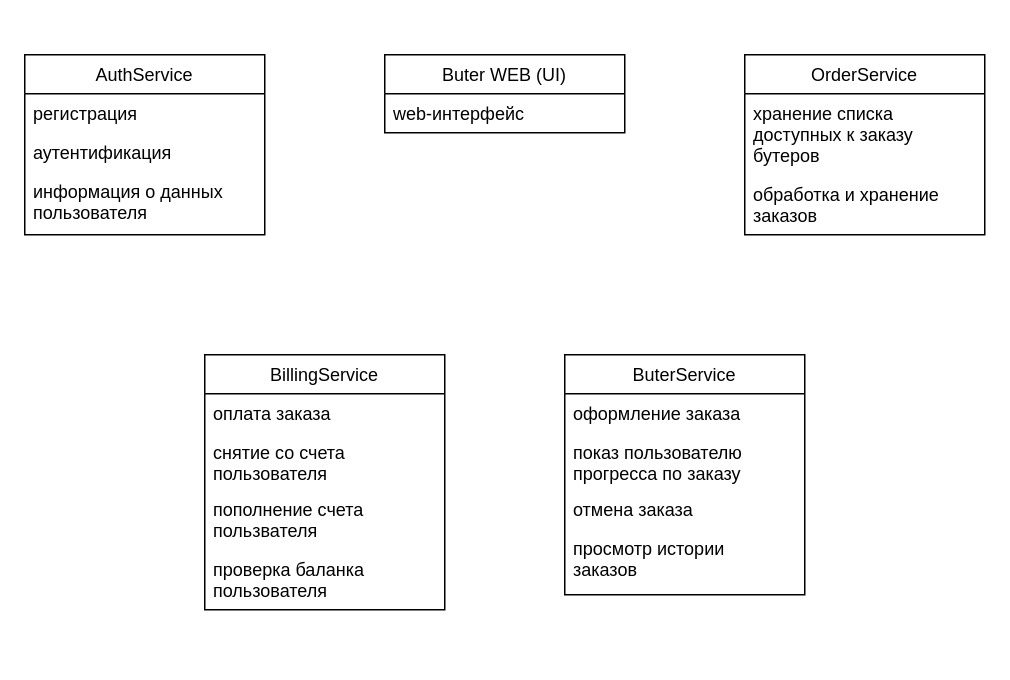
Above: docs/buter_in_kube.drawio in TRTHHRTS/buter_in_kube (draw.io), before the change. Source tidied: cells renumbered, new cells numbered last; positions are measured from the earlier drawing's top-left corner, leaving out a move shared by most shapes. Both pictures are drawn from the tidied source at 150%, with x=0, y=0 at pixel (24, 54).
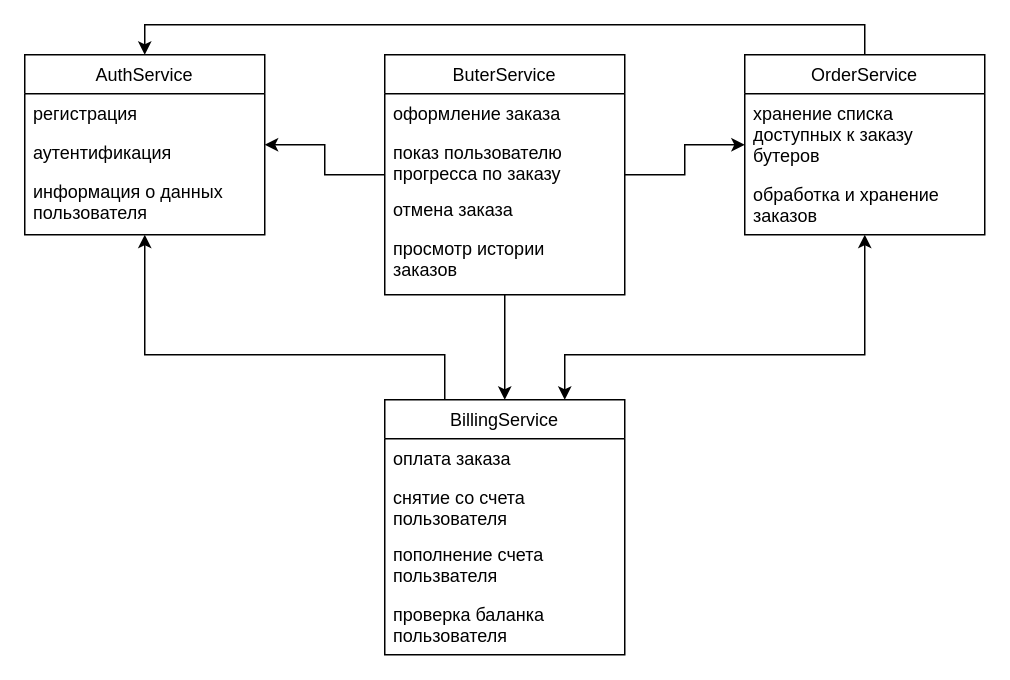
Above is the later version.

Unchanged cells that the change refers to:
```xml
<mxCell id="2" value="AuthService" style="swimlane;fontStyle=0;horizontal=1;startSize=26;" parent="1" vertex="1">
  <mxGeometry width="160" height="120" as="geometry" />
</mxCell>
<mxCell id="11" value="OrderService" style="swimlane;fontStyle=0;horizontal=1;startSize=26;" parent="1" vertex="1">
  <mxGeometry x="480" width="160" height="120" as="geometry" />
</mxCell>
```

The edit, as a diff of the source:
```diff
@@
+    <mxCell id="21" style="edgeStyle=orthogonalEdgeStyle;rounded=0;jettySize=auto;html=1;exitX=0.25;exitY=0;exitDx=0;exitDy=0;startArrow=none;startFill=0;endArrow=classic;endFill=1;" parent="1" edge="1" source="6" target="2">
+      <mxGeometry relative="1" as="geometry">
+        <Array as="points">
+          <mxPoint x="280" y="200" />
+          <mxPoint x="80" y="200" />
+        </Array>
+      </mxGeometry>
+    </mxCell>
     <mxCell id="6" value="BillingService" style="swimlane;fontStyle=0;horizontal=1;startSize=26;" parent="1" vertex="1">
-      <mxGeometry x="120" y="200" width="160" height="170" as="geometry" />
+      <mxGeometry x="240" y="230" width="160" height="170" as="geometry" />
     </mxCell>
@@
+    <mxCell id="22" style="edgeStyle=orthogonalEdgeStyle;rounded=0;jettySize=auto;html=1;exitX=0.5;exitY=0;exitDx=0;exitDy=0;entryX=0.5;entryY=0;entryDx=0;entryDy=0;" parent="1" edge="1" source="11" target="2">
+      <mxGeometry relative="1" as="geometry" />
+    </mxCell>
+    <mxCell id="23" style="edgeStyle=orthogonalEdgeStyle;rounded=0;jettySize=auto;html=1;entryX=0.75;entryY=0;entryDx=0;entryDy=0;startArrow=classic;startFill=1;endArrow=classic;endFill=1;" parent="1" edge="1" source="11" target="6">
+      <mxGeometry relative="1" as="geometry">
+        <Array as="points">
+          <mxPoint x="560" y="200" />
+          <mxPoint x="360" y="200" />
+        </Array>
+      </mxGeometry>
+    </mxCell>
@@
+    <mxCell id="24" style="edgeStyle=orthogonalEdgeStyle;rounded=0;jettySize=auto;html=1;entryX=0.5;entryY=0;entryDx=0;entryDy=0;startArrow=none;startFill=0;" parent="1" edge="1" source="14" target="6">
+      <mxGeometry relative="1" as="geometry" />
+    </mxCell>
+    <mxCell id="25" style="edgeStyle=orthogonalEdgeStyle;rounded=0;jettySize=auto;html=1;startArrow=none;startFill=0;endArrow=classic;endFill=1;" parent="1" edge="1" source="14" target="2">
+      <mxGeometry relative="1" as="geometry" />
+    </mxCell>
+    <mxCell id="26" style="edgeStyle=orthogonalEdgeStyle;rounded=0;jettySize=auto;html=1;startArrow=none;startFill=0;endArrow=classic;endFill=1;" parent="1" edge="1" source="14" target="11">
+      <mxGeometry relative="1" as="geometry" />
+    </mxCell>
     <mxCell id="14" value="ButerService" style="swimlane;fontStyle=0;horizontal=1;startSize=26;" parent="1" vertex="1">
-      <mxGeometry x="360" y="200" width="160" height="160" as="geometry" />
+      <mxGeometry x="240" width="160" height="160" as="geometry" />
     </mxCell>
@@
-    <mxCell id="19" value="Buter WEB (UI)" style="swimlane;fontStyle=0;horizontal=1;startSize=26;" parent="1" vertex="1">
-      <mxGeometry x="240" width="160" height="52" as="geometry" />
-    </mxCell>
-    <mxCell id="20" value="web-интерфейс" style="text;strokeColor=none;fillColor=none;align=left;verticalAlign=top;spacingLeft=4;spacingRight=4;overflow=hidden;" parent="19" vertex="1">
-      <mxGeometry y="26" width="160" height="26" as="geometry" />
-    </mxCell>
```
